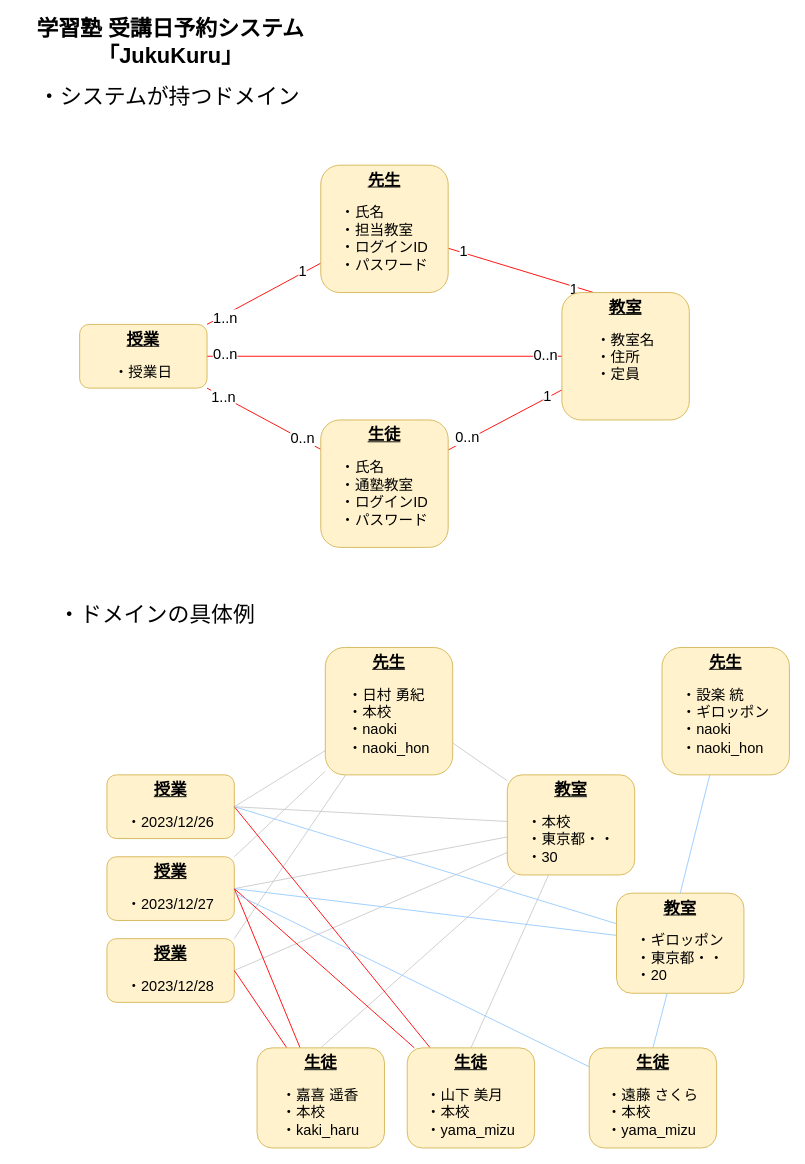
Before: 00_設計/03_基本設計_ドメインモデル.drawio in EijiToriki/JukuKuru_React-Spring, a draw.io diagram. Source tidied: cells renumbered, new cells numbered last; positions are measured from the earlier drawing's top-left corner, leaving out a move shared by most shapes. Both pictures are drawn from the tidied source at 91%, with x=0, y=0 at pixel (15, 28).
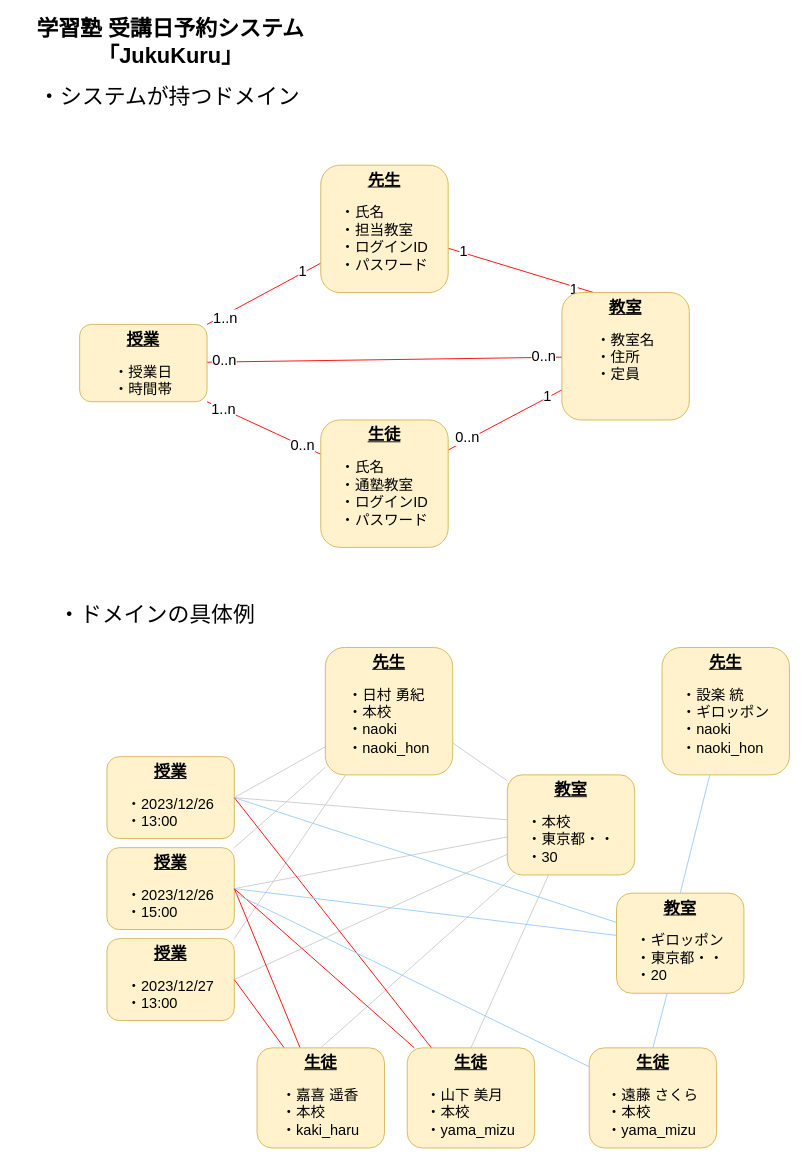
Above is the later version.

What changed in the source:
```diff
@@
-    <mxCell id="20" value="&lt;b&gt;&lt;font style=&quot;font-size: 18px;&quot;&gt;&lt;u&gt;授業&lt;/u&gt;&lt;/font&gt;&lt;/b&gt;&lt;br&gt;&lt;br&gt;&lt;div style=&quot;text-align: left;&quot;&gt;&lt;span style=&quot;font-size: 16px; background-color: initial;&quot;&gt;・授業日&lt;/span&gt;&lt;/div&gt;" style="rounded=1;whiteSpace=wrap;html=1;fillColor=#fff2cc;strokeColor=#d6b656;verticalAlign=top;align=center;" parent="1" vertex="1">
-      <mxGeometry x="70" y="325" width="140" height="70" as="geometry" />
+    <mxCell id="20" value="&lt;b&gt;&lt;font style=&quot;font-size: 18px;&quot;&gt;&lt;u&gt;授業&lt;/u&gt;&lt;/font&gt;&lt;/b&gt;&lt;br&gt;&lt;br&gt;&lt;div style=&quot;text-align: left;&quot;&gt;&lt;span style=&quot;font-size: 16px; background-color: initial;&quot;&gt;・授業日&lt;/span&gt;&lt;/div&gt;&lt;div style=&quot;text-align: left;&quot;&gt;&lt;span style=&quot;font-size: 16px; background-color: initial;&quot;&gt;・時間帯&lt;/span&gt;&lt;/div&gt;" style="rounded=1;whiteSpace=wrap;html=1;fillColor=#fff2cc;strokeColor=#d6b656;verticalAlign=top;align=center;" parent="1" vertex="1">
+      <mxGeometry x="70" y="325" width="140" height="85" as="geometry" />
     </mxCell>
@@
-    <mxCell id="28" value="&lt;b&gt;&lt;font style=&quot;font-size: 18px;&quot;&gt;&lt;u&gt;授業&lt;/u&gt;&lt;/font&gt;&lt;/b&gt;&lt;br&gt;&lt;br&gt;&lt;div style=&quot;text-align: left;&quot;&gt;&lt;span style=&quot;font-size: 16px; background-color: initial;&quot;&gt;・2023/12/26&lt;/span&gt;&lt;/div&gt;" style="rounded=1;whiteSpace=wrap;html=1;fillColor=#fff2cc;strokeColor=#d6b656;verticalAlign=top;align=center;" parent="1" vertex="1">
-      <mxGeometry x="100" y="820" width="140" height="70" as="geometry" />
+    <mxCell id="28" value="&lt;b&gt;&lt;font style=&quot;font-size: 18px;&quot;&gt;&lt;u&gt;授業&lt;/u&gt;&lt;/font&gt;&lt;/b&gt;&lt;br&gt;&lt;br&gt;&lt;div style=&quot;text-align: left;&quot;&gt;&lt;span style=&quot;font-size: 16px; background-color: initial;&quot;&gt;・2023/12/26&lt;/span&gt;&lt;/div&gt;&lt;div style=&quot;text-align: left;&quot;&gt;&lt;span style=&quot;font-size: 16px; background-color: initial;&quot;&gt;・13:00&lt;/span&gt;&lt;/div&gt;" style="rounded=1;whiteSpace=wrap;html=1;fillColor=#fff2cc;strokeColor=#d6b656;verticalAlign=top;align=center;" parent="1" vertex="1">
+      <mxGeometry x="100" y="800" width="140" height="90" as="geometry" />
     </mxCell>
-    <mxCell id="29" value="&lt;b&gt;&lt;font style=&quot;font-size: 18px;&quot;&gt;&lt;u&gt;授業&lt;/u&gt;&lt;/font&gt;&lt;/b&gt;&lt;br&gt;&lt;br&gt;&lt;div style=&quot;text-align: left;&quot;&gt;&lt;span style=&quot;font-size: 16px; background-color: initial;&quot;&gt;・2023/12/27&lt;/span&gt;&lt;/div&gt;" style="rounded=1;whiteSpace=wrap;html=1;fillColor=#fff2cc;strokeColor=#d6b656;verticalAlign=top;align=center;" parent="1" vertex="1">
-      <mxGeometry x="100" y="910" width="140" height="70" as="geometry" />
+    <mxCell id="29" value="&lt;b&gt;&lt;font style=&quot;font-size: 18px;&quot;&gt;&lt;u&gt;授業&lt;/u&gt;&lt;/font&gt;&lt;/b&gt;&lt;br&gt;&lt;br&gt;&lt;div style=&quot;text-align: left;&quot;&gt;&lt;span style=&quot;font-size: 16px; background-color: initial;&quot;&gt;・2023/12/26&lt;/span&gt;&lt;/div&gt;&lt;div style=&quot;text-align: left;&quot;&gt;&lt;span style=&quot;font-size: 16px;&quot;&gt;・15:00&lt;/span&gt;&lt;/div&gt;" style="rounded=1;whiteSpace=wrap;html=1;fillColor=#fff2cc;strokeColor=#d6b656;verticalAlign=top;align=center;" parent="1" vertex="1">
+      <mxGeometry x="100" y="900" width="140" height="90" as="geometry" />
     </mxCell>
-    <mxCell id="30" value="&lt;b&gt;&lt;font style=&quot;font-size: 18px;&quot;&gt;&lt;u&gt;授業&lt;/u&gt;&lt;/font&gt;&lt;/b&gt;&lt;br&gt;&lt;br&gt;&lt;div style=&quot;text-align: left;&quot;&gt;&lt;span style=&quot;font-size: 16px; background-color: initial;&quot;&gt;・2023/12/28&lt;/span&gt;&lt;/div&gt;" style="rounded=1;whiteSpace=wrap;html=1;fillColor=#fff2cc;strokeColor=#d6b656;verticalAlign=top;align=center;" parent="1" vertex="1">
-      <mxGeometry x="100" y="1000" width="140" height="70" as="geometry" />
+    <mxCell id="30" value="&lt;b&gt;&lt;font style=&quot;font-size: 18px;&quot;&gt;&lt;u&gt;授業&lt;/u&gt;&lt;/font&gt;&lt;/b&gt;&lt;br&gt;&lt;br&gt;&lt;div style=&quot;text-align: left;&quot;&gt;&lt;span style=&quot;font-size: 16px; background-color: initial;&quot;&gt;・2023/12/27&lt;/span&gt;&lt;/div&gt;&lt;div style=&quot;text-align: left;&quot;&gt;&lt;span style=&quot;font-size: 16px;&quot;&gt;・13:00&lt;/span&gt;&lt;/div&gt;" style="rounded=1;whiteSpace=wrap;html=1;fillColor=#fff2cc;strokeColor=#d6b656;verticalAlign=top;align=center;" parent="1" vertex="1">
+      <mxGeometry x="100" y="1000" width="140" height="90" as="geometry" />
     </mxCell>
```
